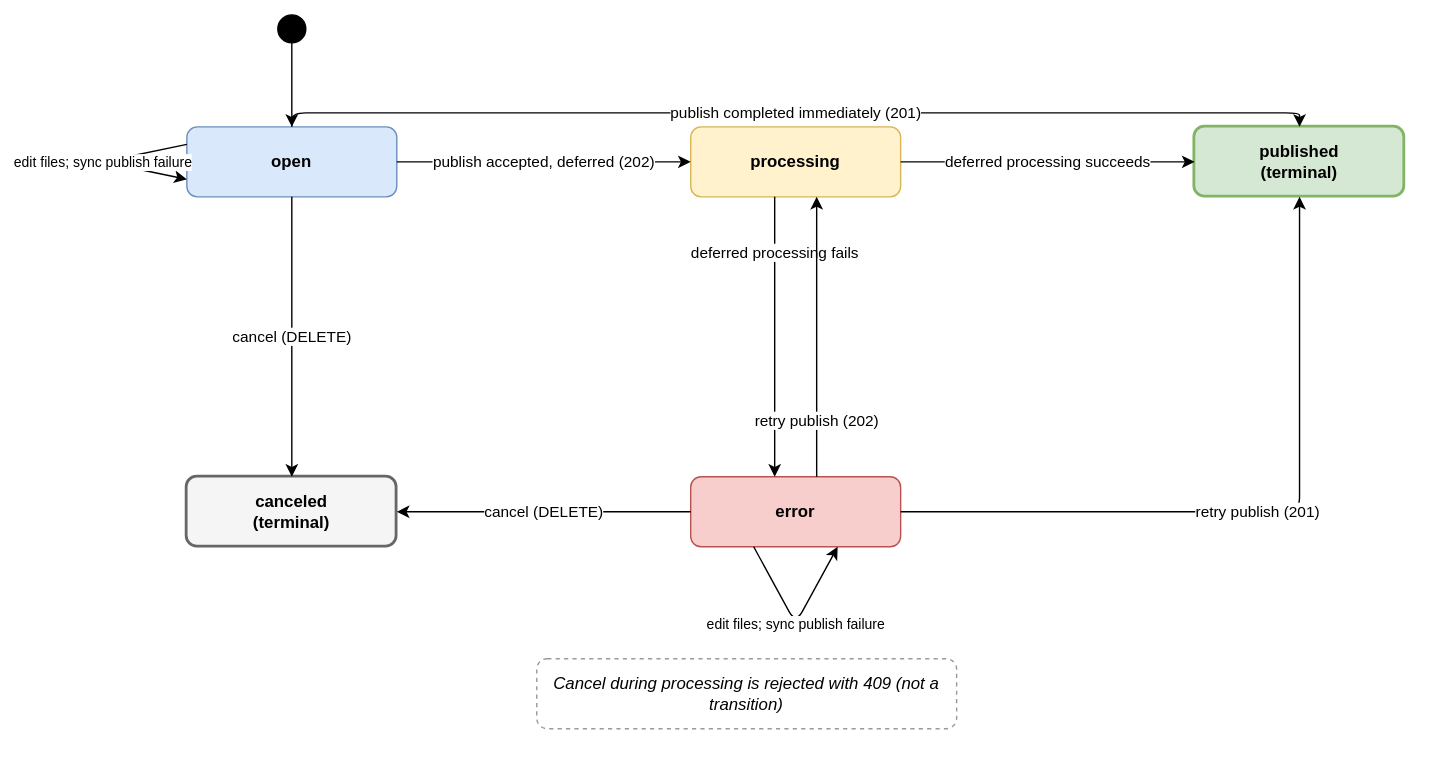
This is peps/pep-0694/publishing-session-states.drawio.svg from python/peps, a draw.io export, as it was before one commit. Source tidied: cells renumbered, new cells last; positions are measured from the earlier drawing's top-left corner, leaving out a move shared by most shapes.
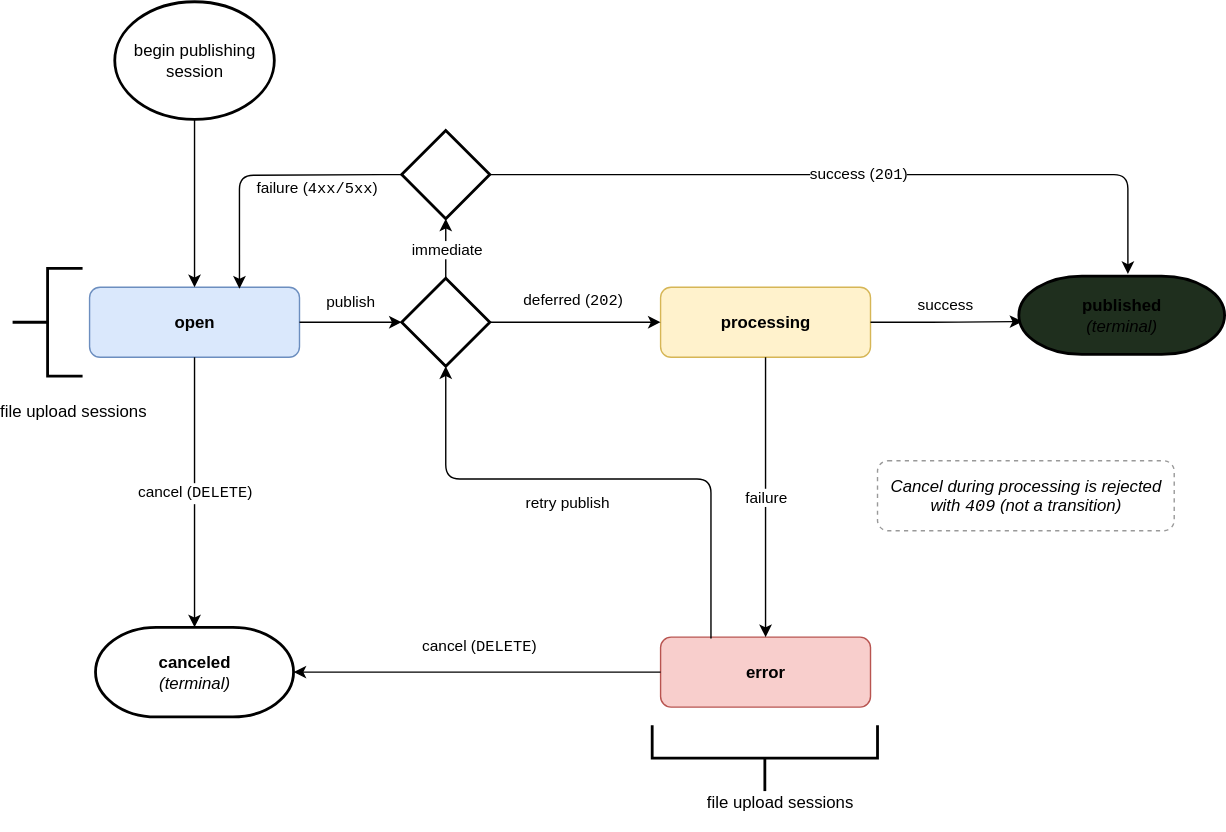
After the change.

Commit message:
publishing session state svg

Change to the diagram source:
```diff
@@ -2,67 +2,93 @@
   <root>
     <mxCell id="0" />
     <mxCell id="1" parent="0" />
-    <mxCell id="2" style="ellipse;whiteSpace=wrap;html=1;fillColor=#000000;strokeColor=#000000;" parent="1" vertex="1">
-      <mxGeometry x="125" width="20" height="20" as="geometry" />
-    </mxCell>
     <mxCell id="3" value="open" style="rounded=1;whiteSpace=wrap;html=1;fillColor=#DAE8FC;strokeColor=#6C8EBF;fontStyle=1;" parent="1" vertex="1">
       <mxGeometry x="60" y="80" width="150" height="50" as="geometry" />
     </mxCell>
-    <mxCell id="4" value="processing" style="rounded=1;whiteSpace=wrap;html=1;fillColor=#FFF2CC;strokeColor=#D6B656;fontStyle=1;" parent="1" vertex="1">
-      <mxGeometry x="420" y="80" width="150" height="50" as="geometry" />
+    <mxCell id="4" value="processing" style="rounded=1;whiteSpace=wrap;html=1;fillColor=light-dark(#FFF2CC,#666600);strokeColor=#D6B656;fontStyle=1;" parent="1" vertex="1">
+      <mxGeometry x="468" y="80" width="150" height="50" as="geometry" />
     </mxCell>
-    <mxCell id="5" value="published&#10;(terminal)" style="rounded=1;whiteSpace=wrap;html=1;fillColor=#D5E8D4;strokeColor=#82B366;strokeWidth=2;fontStyle=1;" parent="1" vertex="1">
-      <mxGeometry x="780" y="80" width="150" height="50" as="geometry" />
-    </mxCell>
     <mxCell id="6" value="error" style="rounded=1;whiteSpace=wrap;html=1;fillColor=#F8CECC;strokeColor=#B85450;fontStyle=1;" parent="1" vertex="1">
-      <mxGeometry x="420" y="330" width="150" height="50" as="geometry" />
+      <mxGeometry x="468" y="330" width="150" height="50" as="geometry" />
     </mxCell>
-    <mxCell id="7" value="canceled&#10;(terminal)" style="rounded=1;whiteSpace=wrap;html=1;fillColor=#F5F5F5;strokeColor=#666666;strokeWidth=2;fontStyle=1;" parent="1" vertex="1">
-      <mxGeometry x="60" y="330" width="150" height="50" as="geometry" />
-    </mxCell>
-    <mxCell id="8" value="Cancel during processing is rejected with 409 (not a transition)" style="rounded=1;whiteSpace=wrap;html=1;dashed=1;fillColor=none;strokeColor=#999999;fontStyle=2;" parent="1" vertex="1">
-      <mxGeometry x="310" y="460" width="300" height="50" as="geometry" />
+    <mxCell id="8" value="Cancel during processing is rejected with &lt;font face=&quot;Courier New&quot;&gt;409&lt;/font&gt; (not a transition)" style="rounded=1;whiteSpace=wrap;html=1;dashed=1;fillColor=none;strokeColor=#999999;fontStyle=2;" parent="1" vertex="1">
+      <mxGeometry x="623" y="204" width="212" height="50" as="geometry" />
     </mxCell>
-    <mxCell id="9" style="edgeStyle=orthogonalEdgeStyle;rounded=1;html=1;" parent="1" edge="1" source="2" target="3">
+    <mxCell id="9" style="edgeStyle=orthogonalEdgeStyle;rounded=1;html=1;exitX=0.5;exitY=1;exitDx=0;exitDy=0;exitPerimeter=0;" parent="1" edge="1" source="20" target="3">
       <mxGeometry relative="1" as="geometry" />
     </mxCell>
-    <mxCell id="10" value="publish accepted, deferred (202)" style="edgeStyle=orthogonalEdgeStyle;rounded=1;html=1;" parent="1" edge="1" source="3" target="4">
-      <mxGeometry relative="1" as="geometry" />
+    <mxCell id="10" value="publish" style="edgeStyle=orthogonalEdgeStyle;rounded=1;html=1;entryX=0;entryY=0.5;entryDx=0;entryDy=0;entryPerimeter=0;" parent="1" edge="1" source="3" target="22">
+      <mxGeometry x="-0.02" y="15" relative="1" as="geometry" />
     </mxCell>
-    <mxCell id="11" value="deferred processing succeeds" style="edgeStyle=orthogonalEdgeStyle;rounded=1;html=1;" parent="1" edge="1" source="4" target="5">
-      <mxGeometry relative="1" as="geometry" />
+    <mxCell id="11" value="success" style="edgeStyle=orthogonalEdgeStyle;rounded=1;html=1;entryX=0.017;entryY=0.58;entryDx=0;entryDy=0;entryPerimeter=0;" parent="1" edge="1" source="4" target="5">
+      <mxGeometry x="-0.01" y="12" relative="1" as="geometry" />
     </mxCell>
-    <mxCell id="12" value="publish completed immediately (201)" style="edgeStyle=orthogonalEdgeStyle;rounded=1;html=1;exitX=0.5;exitY=0;exitDx=0;exitDy=0;entryX=0.5;entryY=0;entryDx=0;entryDy=0;" parent="1" edge="1" source="3" target="5">
-      <mxGeometry relative="1" as="geometry" />
-    </mxCell>
-    <mxCell id="13" value="cancel (DELETE)" style="edgeStyle=orthogonalEdgeStyle;rounded=1;html=1;" parent="1" edge="1" source="3" target="7">
+    <mxCell id="13" value="cancel (&lt;font face=&quot;Courier New&quot;&gt;DELETE&lt;/font&gt;)" style="edgeStyle=orthogonalEdgeStyle;rounded=1;html=1;entryX=0.5;entryY=0;entryDx=0;entryDy=0;entryPerimeter=0;" parent="1" edge="1" source="3" target="7">
       <mxGeometry relative="1" as="geometry" />
     </mxCell>
-    <mxCell id="14" value="edit files; sync publish failure" style="edgeStyle=orthogonalEdgeStyle;rounded=1;html=1;exitX=0;exitY=0.25;exitDx=0;exitDy=0;entryX=0;entryY=0.75;entryDx=0;entryDy=0;fontSize=10;" parent="1" edge="1" source="3" target="3">
-      <mxGeometry relative="1" as="geometry">
-        <Array as="points">
-          <mxPoint y="105" />
-        </Array>
-      </mxGeometry>
-    </mxCell>
-    <mxCell id="15" value="deferred processing fails" style="edgeStyle=orthogonalEdgeStyle;rounded=1;html=1;exitX=0.4;exitY=1;exitDx=0;exitDy=0;entryX=0.4;entryY=0;entryDx=0;entryDy=0;" parent="1" edge="1" source="4" target="6">
-      <mxGeometry x="-0.6" relative="1" as="geometry" />
+    <mxCell id="15" value="failure" style="edgeStyle=orthogonalEdgeStyle;rounded=1;html=1;entryX=0.5;entryY=0;entryDx=0;entryDy=0;exitX=0.5;exitY=1;exitDx=0;exitDy=0;" parent="1" edge="1" source="4" target="6">
+      <mxGeometry relative="1" as="geometry" />
     </mxCell>
-    <mxCell id="16" value="retry publish (202)" style="edgeStyle=orthogonalEdgeStyle;rounded=1;html=1;exitX=0.6;exitY=0;exitDx=0;exitDy=0;entryX=0.6;entryY=1;entryDx=0;entryDy=0;" parent="1" edge="1" source="6" target="4">
-      <mxGeometry x="-0.6" relative="1" as="geometry" />
+    <mxCell id="16" value="retry publish" style="edgeStyle=orthogonalEdgeStyle;rounded=1;html=1;exitX=0.24;exitY=0.02;exitDx=0;exitDy=0;entryX=0.5;entryY=1;entryDx=0;entryDy=0;entryPerimeter=0;exitPerimeter=0;" parent="1" edge="1" source="6" target="22">
+      <mxGeometry x="0.13" y="17" relative="1" as="geometry">
+        <Array as="points">
+          <mxPoint x="504" y="217" />
+          <mxPoint x="315" y="217" />
+        </Array>
+      </mxGeometry>
     </mxCell>
-    <mxCell id="17" value="retry publish (201)" style="edgeStyle=orthogonalEdgeStyle;rounded=1;html=1;" parent="1" edge="1" source="6" target="5">
-      <mxGeometry relative="1" as="geometry" />
-    </mxCell>
-    <mxCell id="18" value="cancel (DELETE)" style="edgeStyle=orthogonalEdgeStyle;rounded=1;html=1;" parent="1" edge="1" source="6" target="7">
-      <mxGeometry relative="1" as="geometry" />
+    <mxCell id="18" value="cancel (&lt;font face=&quot;Courier New&quot;&gt;DELETE&lt;/font&gt;)" style="edgeStyle=orthogonalEdgeStyle;rounded=1;html=1;entryX=1;entryY=0.5;entryDx=0;entryDy=0;entryPerimeter=0;" parent="1" edge="1" source="6" target="7">
+      <mxGeometry x="-0.01" y="-18" relative="1" as="geometry" />
     </mxCell>
-    <mxCell id="19" value="edit files; sync publish failure" style="edgeStyle=orthogonalEdgeStyle;rounded=1;html=1;exitX=0.3;exitY=1;exitDx=0;exitDy=0;entryX=0.7;entryY=1;entryDx=0;entryDy=0;fontSize=10;" parent="1" edge="1" source="6" target="6">
-      <mxGeometry relative="1" as="geometry">
-        <Array as="points">
-          <mxPoint x="495" y="435" />
-        </Array>
-      </mxGeometry>
-    </mxCell>
+    <mxCell id="20" value="begin publishing session" style="strokeWidth=2;html=1;shape=mxgraph.flowchart.start_1;whiteSpace=wrap;" parent="1" vertex="1">
+      <mxGeometry x="78" y="-124" width="114" height="84" as="geometry" />
+    </mxCell>
+    <mxCell id="21" value="file upload sessions&lt;div&gt;&lt;br&gt;&lt;/div&gt;" style="strokeWidth=2;html=1;shape=mxgraph.flowchart.annotation_2;align=left;labelPosition=right;overflow=visible;direction=east;noLabel=0;labelPadding=0;movableLabel=1;" parent="1" vertex="1">
+      <mxGeometry x="5" y="66.5" width="50" height="77" as="geometry">
+        <mxPoint x="-61" y="71" as="offset" />
+      </mxGeometry>
+    </mxCell>
+    <mxCell id="7" value="&lt;b&gt;canceled&lt;/b&gt;&lt;br&gt;&lt;i&gt;(terminal)&lt;/i&gt;" style="strokeWidth=2;html=1;shape=mxgraph.flowchart.terminator;whiteSpace=wrap;fillColor=light-dark(#FFFFFF,#512D2B);" parent="1" vertex="1">
+      <mxGeometry x="64.2" y="323" width="141.5" height="64" as="geometry" />
+    </mxCell>
+    <mxCell id="22" style="strokeWidth=2;html=1;shape=mxgraph.flowchart.decision;whiteSpace=wrap;" parent="1" vertex="1">
+      <mxGeometry x="283" y="73.5" width="63" height="63" as="geometry" />
+    </mxCell>
+    <mxCell id="23" value="deferred (&lt;font face=&quot;Courier New&quot;&gt;202&lt;/font&gt;)" style="edgeStyle=orthogonalEdgeStyle;rounded=1;html=1;exitX=1;exitY=0.5;exitDx=0;exitDy=0;entryX=0;entryY=0.5;entryDx=0;entryDy=0;exitPerimeter=0;" parent="1" edge="1" source="22" target="4">
+      <mxGeometry x="-0.03" y="15" relative="1" as="geometry">
+        <Array as="points">
+          <mxPoint x="453" y="105" />
+          <mxPoint x="453" y="105" />
+        </Array>
+      </mxGeometry>
+    </mxCell>
+    <mxCell id="5" value="&lt;b&gt;published&lt;/b&gt;&lt;div&gt;&lt;i&gt;(terminal)&lt;/i&gt;&lt;/div&gt;" style="strokeWidth=2;html=1;shape=mxgraph.flowchart.terminator;whiteSpace=wrap;fillColor=light-dark(#1F2F1E,#1F2F1E);strokeColor=light-dark(#000000,#446E2C);" parent="1" vertex="1">
+      <mxGeometry x="724" y="72" width="147" height="56" as="geometry" />
+    </mxCell>
+    <mxCell id="24" value="file upload sessions&lt;div&gt;&lt;br&gt;&lt;/div&gt;" style="strokeWidth=2;html=1;shape=mxgraph.flowchart.annotation_2;align=left;labelPosition=right;overflow=visible;direction=north;noLabel=0;labelPadding=0;movableLabel=1;" parent="1" vertex="1">
+      <mxGeometry x="462" y="393" width="161" height="47" as="geometry">
+        <mxPoint x="-124" y="38" as="offset" />
+      </mxGeometry>
+    </mxCell>
+    <mxCell id="25" value="success (&lt;font face=&quot;Courier New&quot;&gt;201&lt;/font&gt;)" style="edgeStyle=orthogonalEdgeStyle;rounded=1;html=1;exitX=1;exitY=0.5;exitDx=0;exitDy=0;exitPerimeter=0;entryX=0.53;entryY=-0.027;entryDx=0;entryDy=0;entryPerimeter=0;" parent="1" edge="1" source="26" target="5">
+      <mxGeometry relative="1" as="geometry" />
+    </mxCell>
+    <mxCell id="26" style="strokeWidth=2;html=1;shape=mxgraph.flowchart.decision;whiteSpace=wrap;" parent="1" vertex="1">
+      <mxGeometry x="283" y="-32" width="63" height="63" as="geometry" />
+    </mxCell>
+    <mxCell id="27" value="&lt;font face=&quot;Helvetica&quot;&gt;failure (&lt;/font&gt;&lt;font face=&quot;Courier New&quot;&gt;4xx/5xx&lt;/font&gt;&lt;font face=&quot;Helvetica&quot;&gt;)&lt;/font&gt;" style="edgeStyle=orthogonalEdgeStyle;rounded=1;html=1;exitX=0;exitY=0.5;exitDx=0;exitDy=0;exitPerimeter=0;entryX=0.714;entryY=0.02;entryDx=0;entryDy=0;entryPerimeter=0;" parent="1" edge="1" source="26" target="3">
+      <mxGeometry x="-0.38" y="10" relative="1" as="geometry">
+        <Array as="points">
+          <mxPoint x="278" />
+          <mxPoint x="167" />
+        </Array>
+      </mxGeometry>
+    </mxCell>
+    <mxCell id="28" style="endArrow=classic;html=1;rounded=0;entryX=0.5;entryY=1;entryDx=0;entryDy=0;entryPerimeter=0;exitX=0.5;exitY=0;exitDx=0;exitDy=0;exitPerimeter=0;" parent="1" edge="1" source="22" target="26">
+      <mxGeometry relative="1" as="geometry" />
+    </mxCell>
+    <mxCell id="29" value="immediate" style="edgeLabel;html=1;align=center;verticalAlign=middle;" parent="28" vertex="1">
+      <mxGeometry relative="1" as="geometry" />
+    </mxCell>
   </root>
 </mxGraphModel>
```
